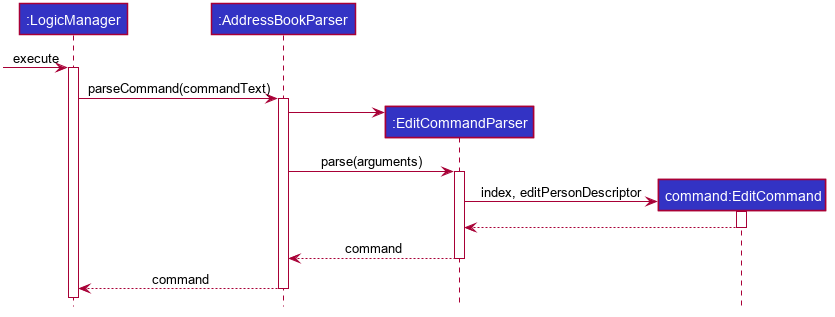
Earlier version of the PlantUML export docs/images/tracing/LogicSequenceDiagram.png (nus-cs2103-AY2021S2/tp). Its diagram source:
```plantuml
@startuml








skinparam BackgroundColor #FFFFFFF

skinparam Shadowing false

skinparam Class {
    FontColor #FFFFFF
    BorderThickness 1
    BorderColor #FFFFFF
    StereotypeFontColor #FFFFFF
    FontName Arial
}

skinparam Actor {
    BorderColor #000000
    Color #000000
    FontName Arial
}

skinparam Sequence {
    MessageAlign center
    BoxFontSize 15
    BoxPadding 0
    BoxFontColor #FFFFFF
    FontName Arial
}

skinparam Participant {
    FontColor #FFFFFFF
    Padding 20
}

skinparam MinClassWidth 50
skinparam ParticipantPadding 10
skinparam Shadowing false
skinparam DefaultTextAlignment center
skinparam packageStyle Rectangle

hide footbox
hide members
hide circle

Participant ":LogicManager" as logic #3333C4
Participant ":AddressBookParser" as abp #3333C4
Participant ":EditCommandParser" as ecp #3333C4
Participant "command:EditCommand" as ec #3333C4

[-> logic : execute
activate logic
logic -> abp ++: parseCommand(commandText)
create ecp
abp -> ecp
abp -> ecp ++: parse(arguments)
create ec
ecp -> ec ++: index, editPersonDescriptor
ec --> ecp --
ecp --> abp --: command
abp --> logic --: command

@enduml
```
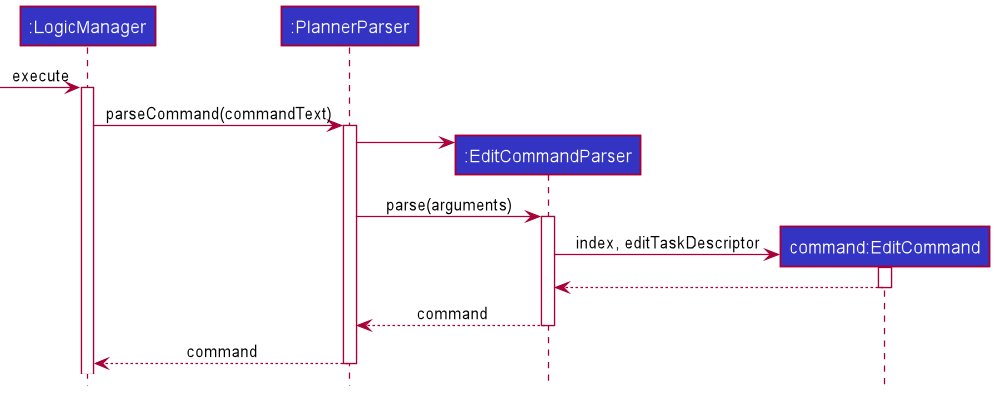
After the change.

Change to the diagram source:
```diff
@@ -1,57 +1,10 @@
 @startuml
+!include ../style.puml
 
-
-
-
-
-
-
-
-skinparam BackgroundColor #FFFFFFF
-
-skinparam Shadowing false
-
-skinparam Class {
-    FontColor #FFFFFF
-    BorderThickness 1
-    BorderColor #FFFFFF
-    StereotypeFontColor #FFFFFF
-    FontName Arial
-}
-
-skinparam Actor {
-    BorderColor #000000
-    Color #000000
-    FontName Arial
-}
-
-skinparam Sequence {
-    MessageAlign center
-    BoxFontSize 15
-    BoxPadding 0
-    BoxFontColor #FFFFFF
-    FontName Arial
-}
-
-skinparam Participant {
-    FontColor #FFFFFFF
-    Padding 20
-}
-
-skinparam MinClassWidth 50
-skinparam ParticipantPadding 10
-skinparam Shadowing false
-skinparam DefaultTextAlignment center
-skinparam packageStyle Rectangle
-
-hide footbox
-hide members
-hide circle
-
-Participant ":LogicManager" as logic #3333C4
-Participant ":AddressBookParser" as abp #3333C4
-Participant ":EditCommandParser" as ecp #3333C4
-Participant "command:EditCommand" as ec #3333C4
+Participant ":LogicManager" as logic LOGIC_COLOR
+Participant ":PlannerParser" as abp LOGIC_COLOR
+Participant ":EditCommandParser" as ecp LOGIC_COLOR
+Participant "command:EditCommand" as ec LOGIC_COLOR
 
 [-> logic : execute
 activate logic
@@ -60,7 +13,7 @@
 abp -> ecp
 abp -> ecp ++: parse(arguments)
 create ec
-ecp -> ec ++: index, editPersonDescriptor
+ecp -> ec ++: index, editTaskDescriptor
 ec --> ecp --
 ecp --> abp --: command
 abp --> logic --: command
```
